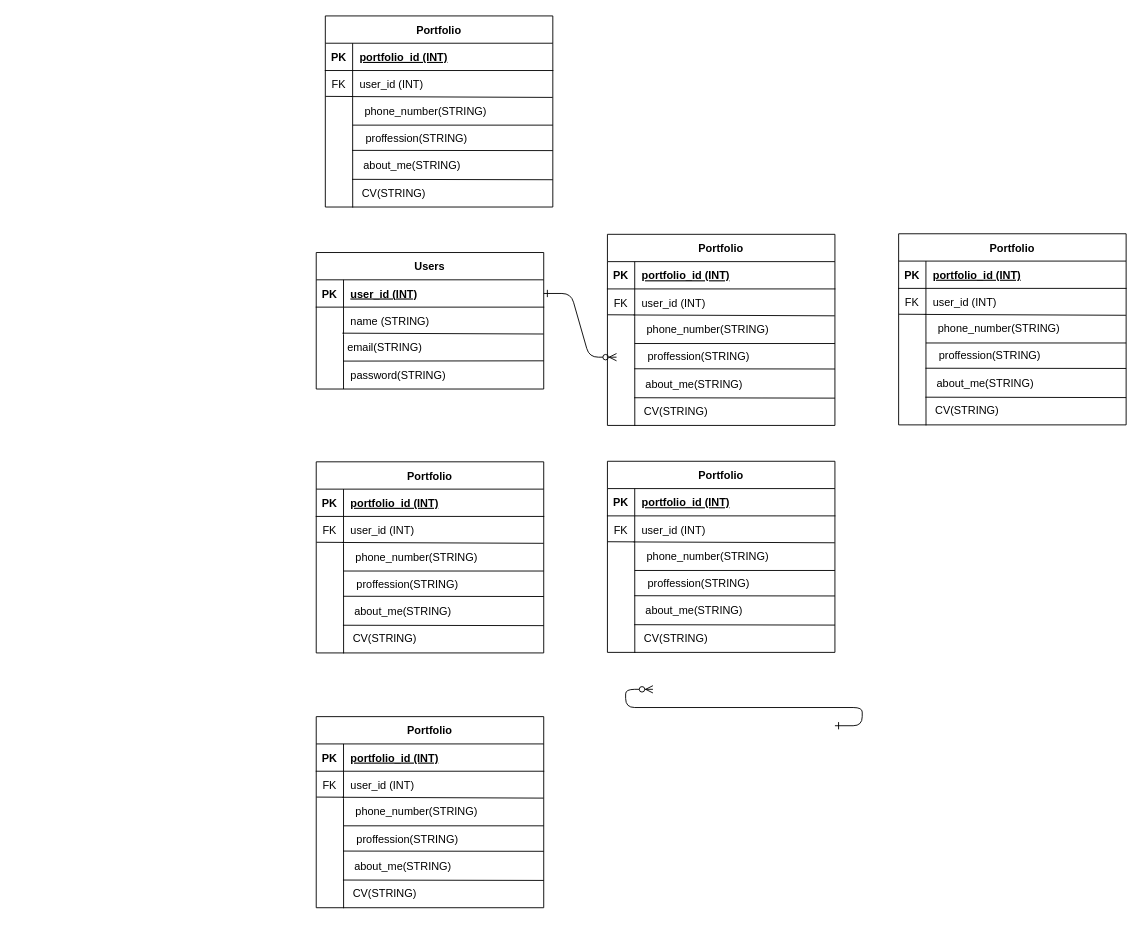
Badigribz/alumniapp keeps this draw.io diagram as Entity Relationship diagram.drawio. Above is the earlier version. Source tidied: cells renumbered, new cells numbered last; positions are measured from the earlier drawing's top-left corner, leaving out a move shared by most shapes. Both pictures are drawn from the tidied source at 91%, with x=0, y=0 at pixel (316, 15).
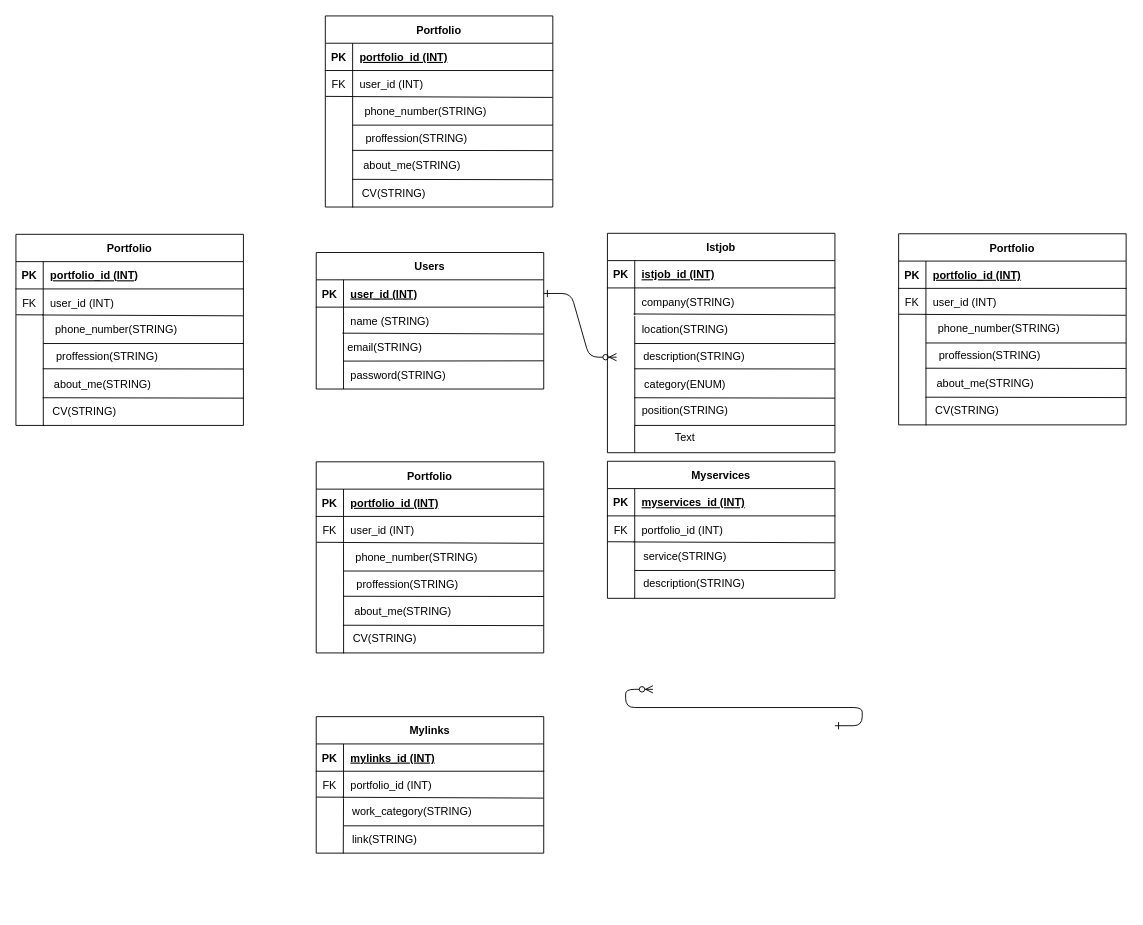
Above is the later version.

Commit message:
Entity Relationship diagram UPDATE.drawio

The change refers to these unchanged cells:
```xml
<mxCell id="34" style="shape=partialRectangle;fillColor=none;top=0;left=0;right=0;bottom=1;" parent="33" vertex="1">
  <mxGeometry y="30" width="250" height="30" as="geometry" />
</mxCell>
<mxCell id="37" style="shape=partialRectangle;fillColor=none;points=[[0,0.5],[1,0.5]];portConstraint=eastwest;top=0;left=0;right=0;bottom=0;" parent="33" vertex="1">
  <mxGeometry y="60" width="250" height="30" as="geometry" />
</mxCell>
<mxCell id="51" style="shape=partialRectangle;fillColor=none;top=0;left=0;right=0;bottom=1;" parent="50" vertex="1">
  <mxGeometry y="30" width="250" height="30" as="geometry" />
</mxCell>
<mxCell id="54" style="shape=partialRectangle;fillColor=none;points=[[0,0.5],[1,0.5]];portConstraint=eastwest;top=0;left=0;right=0;bottom=0;" parent="50" vertex="1">
  <mxGeometry y="60" width="250" height="30" as="geometry" />
</mxCell>
<mxCell id="85" style="shape=partialRectangle;fillColor=none;top=0;left=0;right=0;bottom=1;" parent="84" vertex="1">
  <mxGeometry y="30" width="250" height="30" as="geometry" />
</mxCell>
<mxCell id="88" style="shape=partialRectangle;fillColor=none;points=[[0,0.5],[1,0.5]];portConstraint=eastwest;top=0;left=0;right=0;bottom=0;" parent="84" vertex="1">
  <mxGeometry y="60" width="250" height="30" as="geometry" />
</mxCell>
```

Diff of the diagram source:
```diff
@@
-    <mxCell id="33" value="Portfolio" style="shape=table;startSize=30;childLayout=tableLayout;rowLines=0;fontStyle=1;align=center;" parent="1" vertex="1">
-      <mxGeometry y="770" width="250" height="210" as="geometry" />
+    <mxCell id="33" value="Mylinks" style="shape=table;startSize=30;childLayout=tableLayout;rowLines=0;fontStyle=1;align=center;" parent="1" vertex="1">
+      <mxGeometry y="770" width="250" height="150" as="geometry" />
     </mxCell>
@@
-    <mxCell id="36" value="portfolio_id (INT)" style="shape=partialRectangle;overflow=hidden;fillColor=none;top=0;left=0;bottom=0;right=0;align=left;spacingLeft=6;fontStyle=5;" parent="34" vertex="1">
+    <mxCell id="36" value="mylinks_id (INT)" style="shape=partialRectangle;overflow=hidden;fillColor=none;top=0;left=0;bottom=0;right=0;align=left;spacingLeft=6;fontStyle=5;" parent="34" vertex="1">
       <mxGeometry x="30" width="220" height="30" as="geometry" />
     </mxCell>
@@
-    <mxCell id="39" value="user_id (INT)" style="shape=partialRectangle;overflow=hidden;fillColor=none;top=0;left=0;bottom=0;right=0;align=left;spacingLeft=6;" parent="37" vertex="1">
+    <mxCell id="39" value="portfolio_id (INT)" style="shape=partialRectangle;overflow=hidden;fillColor=none;top=0;left=0;bottom=0;right=0;align=left;spacingLeft=6;" parent="37" vertex="1">
       <mxGeometry x="30" width="220" height="30" as="geometry" />
     </mxCell>
@@
-    <mxCell id="42" style="endArrow=none;html=1;rounded=0;exitX=0.001;exitY=1.019;exitDx=0;exitDy=0;exitPerimeter=0;" parent="1" edge="1" source="47">
+    <mxCell id="42" style="endArrow=none;html=1;rounded=0;exitX=-0.003;exitY=1.016;exitDx=0;exitDy=0;exitPerimeter=0;" parent="1" edge="1" source="45">
       <mxGeometry relative="1" as="geometry">
         <mxPoint x="30" y="860" as="targetPoint" />
       </mxGeometry>
     </mxCell>
@@
-    <mxCell id="44" value="phone_number(STRING)" style="text;html=1;align=center;verticalAlign=middle;strokeColor=none;fillColor=none;" parent="1" vertex="1">
-      <mxGeometry x="30" y="860" width="160" height="30" as="geometry" />
+    <mxCell id="44" value="work_category(STRING)" style="text;html=1;align=center;verticalAlign=middle;strokeColor=none;fillColor=none;" parent="1" vertex="1">
+      <mxGeometry x="30" y="860" width="150" height="30" as="geometry" />
     </mxCell>
-    <mxCell id="45" value="proffession(STRING)" style="text;html=1;align=center;verticalAlign=middle;points=[];strokeColor=none;fillColor=none;" parent="1" vertex="1">
-      <mxGeometry x="30" y="890" width="140" height="30" as="geometry" />
+    <mxCell id="45" value="link(STRING)" style="text;html=1;align=center;verticalAlign=middle;points=[];strokeColor=none;fillColor=none;" parent="1" vertex="1">
+      <mxGeometry x="30" y="890" width="90" height="30" as="geometry" />
     </mxCell>
-    <mxCell id="46" value="about_me(STRING)" style="text;html=1;align=center;verticalAlign=middle;points=[];strokeColor=none;fillColor=none;" parent="1" vertex="1">
-      <mxGeometry x="30" y="920" width="130" height="30" as="geometry" />
-    </mxCell>
-    <mxCell id="47" value="CV(STRING)" style="text;html=1;align=center;verticalAlign=middle;points=[];strokeColor=none;fillColor=none;" parent="1" vertex="1">
-      <mxGeometry x="30" y="950" width="90" height="30" as="geometry" />
-    </mxCell>
-    <mxCell id="48" style="endArrow=none;html=1;rounded=0;exitX=-0.004;exitY=-0.075;exitDx=0;exitDy=0;exitPerimeter=0;" parent="1" edge="1" source="46">
-      <mxGeometry relative="1" as="geometry">
-        <mxPoint x="250" y="918" as="targetPoint" />
-      </mxGeometry>
-    </mxCell>
-    <mxCell id="49" style="endArrow=none;html=1;rounded=0;exitX=-0.007;exitY=-0.014;exitDx=0;exitDy=0;exitPerimeter=0;" parent="1" edge="1" source="47">
-      <mxGeometry relative="1" as="geometry">
-        <mxPoint x="250" y="950" as="targetPoint" />
-      </mxGeometry>
-    </mxCell>
-    <mxCell id="50" value="Portfolio" style="shape=table;startSize=30;childLayout=tableLayout;rowLines=0;fontStyle=1;align=center;" parent="1" vertex="1">
-      <mxGeometry x="320" y="489.4" width="250" height="210" as="geometry" />
+    <mxCell id="50" value="Myservices" style="shape=table;startSize=30;childLayout=tableLayout;rowLines=0;fontStyle=1;align=center;" parent="1" vertex="1">
+      <mxGeometry x="320" y="489.4" width="250" height="150.6" as="geometry" />
     </mxCell>
@@
-    <mxCell id="53" value="portfolio_id (INT)" style="shape=partialRectangle;overflow=hidden;fillColor=none;top=0;left=0;bottom=0;right=0;align=left;spacingLeft=6;fontStyle=5;" parent="51" vertex="1">
+    <mxCell id="53" value="myservices_id (INT)" style="shape=partialRectangle;overflow=hidden;fillColor=none;top=0;left=0;bottom=0;right=0;align=left;spacingLeft=6;fontStyle=5;" parent="51" vertex="1">
       <mxGeometry x="30" width="220" height="30" as="geometry" />
     </mxCell>
@@
-    <mxCell id="56" value="user_id (INT)" style="shape=partialRectangle;overflow=hidden;fillColor=none;top=0;left=0;bottom=0;right=0;align=left;spacingLeft=6;" parent="54" vertex="1">
+    <mxCell id="56" value="portfolio_id (INT)" style="shape=partialRectangle;overflow=hidden;fillColor=none;top=0;left=0;bottom=0;right=0;align=left;spacingLeft=6;" parent="54" vertex="1">
       <mxGeometry x="30" width="220" height="30" as="geometry" />
     </mxCell>
@@
-    <mxCell id="59" style="endArrow=none;html=1;rounded=0;exitX=0.001;exitY=1.019;exitDx=0;exitDy=0;exitPerimeter=0;" parent="1" edge="1" source="64">
+    <mxCell id="59" style="endArrow=none;html=1;rounded=0;" parent="1" edge="1">
       <mxGeometry relative="1" as="geometry">
+        <mxPoint x="350" y="640" as="sourcePoint" />
         <mxPoint x="350" y="579.4" as="targetPoint" />
       </mxGeometry>
     </mxCell>
@@
-    <mxCell id="61" value="phone_number(STRING)" style="text;html=1;align=center;verticalAlign=middle;strokeColor=none;fillColor=none;" parent="1" vertex="1">
-      <mxGeometry x="350" y="579.4" width="160" height="30" as="geometry" />
+    <mxCell id="61" value="service(STRING)" style="text;html=1;align=center;verticalAlign=middle;strokeColor=none;fillColor=none;" parent="1" vertex="1">
+      <mxGeometry x="350" y="579.4" width="110" height="30" as="geometry" />
     </mxCell>
-    <mxCell id="62" value="proffession(STRING)" style="text;html=1;align=center;verticalAlign=middle;strokeColor=none;fillColor=none;" parent="1" vertex="1">
-      <mxGeometry x="350" y="609.4" width="140" height="30" as="geometry" />
+    <mxCell id="62" value="description(STRING)" style="text;html=1;align=center;verticalAlign=middle;strokeColor=none;fillColor=none;" parent="1" vertex="1">
+      <mxGeometry x="350" y="609.4" width="130" height="30" as="geometry" />
     </mxCell>
-    <mxCell id="63" value="about_me(STRING)" style="text;html=1;align=center;verticalAlign=middle;points=[];strokeColor=none;fillColor=none;" parent="1" vertex="1">
-      <mxGeometry x="350" y="639.4" width="130" height="30" as="geometry" />
-    </mxCell>
-    <mxCell id="64" value="CV(STRING)" style="text;html=1;align=center;verticalAlign=middle;points=[];strokeColor=none;fillColor=none;" parent="1" vertex="1">
-      <mxGeometry x="350" y="669.4" width="90" height="30" as="geometry" />
-    </mxCell>
-    <mxCell id="65" style="endArrow=none;html=1;rounded=0;exitX=-0.004;exitY=-0.075;exitDx=0;exitDy=0;exitPerimeter=0;" parent="1" edge="1" source="63">
-      <mxGeometry relative="1" as="geometry">
-        <mxPoint x="570" y="637.4" as="targetPoint" />
-      </mxGeometry>
-    </mxCell>
-    <mxCell id="66" style="endArrow=none;html=1;rounded=0;exitX=-0.007;exitY=-0.014;exitDx=0;exitDy=0;exitPerimeter=0;" parent="1" edge="1" source="64">
-      <mxGeometry relative="1" as="geometry">
-        <mxPoint x="570" y="669.4" as="targetPoint" />
-      </mxGeometry>
-    </mxCell>
@@
-    <mxCell id="84" value="Portfolio" style="shape=table;startSize=30;childLayout=tableLayout;rowLines=0;fontStyle=1;align=center;" parent="1" vertex="1">
-      <mxGeometry x="320" y="240" width="250" height="210" as="geometry" />
+    <mxCell id="84" value="Istjob" style="shape=table;startSize=30;childLayout=tableLayout;rowLines=0;fontStyle=1;align=center;" parent="1" vertex="1">
+      <mxGeometry x="320" y="238.9" width="250" height="241.1" as="geometry" />
     </mxCell>
@@
-    <mxCell id="87" value="portfolio_id (INT)" style="shape=partialRectangle;overflow=hidden;fillColor=none;top=0;left=0;bottom=0;right=0;align=left;spacingLeft=6;fontStyle=5;" parent="85" vertex="1">
+    <mxCell id="87" value="istjob_id (INT)" style="shape=partialRectangle;overflow=hidden;fillColor=none;top=0;left=0;bottom=0;right=0;align=left;spacingLeft=6;fontStyle=5;" parent="85" vertex="1">
       <mxGeometry x="30" width="220" height="30" as="geometry" />
     </mxCell>
@@
-    <mxCell id="89" value="FK" style="shape=partialRectangle;overflow=hidden;fillColor=none;top=0;left=0;bottom=0;right=0;" parent="88" vertex="1">
+    <mxCell id="89" style="shape=partialRectangle;overflow=hidden;fillColor=none;top=0;left=0;bottom=0;right=0;" parent="88" vertex="1">
       <mxGeometry width="30" height="30" as="geometry" />
     </mxCell>
-    <mxCell id="90" value="user_id (INT)" style="shape=partialRectangle;overflow=hidden;fillColor=none;top=0;left=0;bottom=0;right=0;align=left;spacingLeft=6;" parent="88" vertex="1">
+    <mxCell id="90" value="company(STRING)" style="shape=partialRectangle;overflow=hidden;fillColor=none;top=0;left=0;bottom=0;right=0;align=left;spacingLeft=6;" parent="88" vertex="1">
       <mxGeometry x="30" width="220" height="30" as="geometry" />
     </mxCell>
@@
-    <mxCell id="92" style="endArrow=none;html=1;rounded=0;entryX=0.119;entryY=0.952;entryDx=0;entryDy=0;entryPerimeter=0;exitX=0.001;exitY=0.947;exitDx=0;exitDy=0;exitPerimeter=0;" parent="84" edge="1" source="88" target="88">
-      <mxGeometry relative="1" as="geometry" />
-    </mxCell>
-    <mxCell id="93" style="endArrow=none;html=1;rounded=0;exitX=0.001;exitY=1.019;exitDx=0;exitDy=0;exitPerimeter=0;" parent="1" edge="1" source="98">
+    <mxCell id="93" style="endArrow=none;html=1;rounded=0;exitX=0.001;exitY=1.019;exitDx=0;exitDy=0;exitPerimeter=0;" parent="1" edge="1">
       <mxGeometry relative="1" as="geometry">
+        <mxPoint x="350.1" y="450.6" as="sourcePoint" />
         <mxPoint x="350" y="330" as="targetPoint" />
       </mxGeometry>
     </mxCell>
@@
-    <mxCell id="95" value="phone_number(STRING)" style="text;html=1;align=center;verticalAlign=middle;strokeColor=none;fillColor=none;" parent="1" vertex="1">
-      <mxGeometry x="350" y="330" width="160" height="30" as="geometry" />
+    <mxCell id="95" value="location(STRING)" style="text;html=1;align=center;verticalAlign=middle;strokeColor=none;fillColor=none;" parent="1" vertex="1">
+      <mxGeometry x="345" y="329.7" width="120" height="30" as="geometry" />
     </mxCell>
-    <mxCell id="96" value="proffession(STRING)" style="text;html=1;align=center;verticalAlign=middle;strokeColor=none;fillColor=none;" parent="1" vertex="1">
-      <mxGeometry x="350" y="360" width="140" height="30" as="geometry" />
+    <mxCell id="96" value="description(STRING)" style="text;html=1;align=center;verticalAlign=middle;strokeColor=none;fillColor=none;" parent="1" vertex="1">
+      <mxGeometry x="350" y="359.7" width="130" height="30" as="geometry" />
     </mxCell>
-    <mxCell id="97" value="about_me(STRING)" style="text;html=1;align=center;verticalAlign=middle;points=[];strokeColor=none;fillColor=none;" parent="1" vertex="1">
-      <mxGeometry x="350" y="390" width="130" height="30" as="geometry" />
+    <mxCell id="97" value="category(ENUM)" style="text;html=1;align=center;verticalAlign=middle;points=[];strokeColor=none;fillColor=none;" parent="1" vertex="1">
+      <mxGeometry x="350" y="390" width="110" height="30" as="geometry" />
     </mxCell>
-    <mxCell id="98" value="CV(STRING)" style="text;html=1;align=center;verticalAlign=middle;points=[];strokeColor=none;fillColor=none;" parent="1" vertex="1">
-      <mxGeometry x="350" y="420" width="90" height="30" as="geometry" />
-    </mxCell>
@@
-    <mxCell id="100" style="endArrow=none;html=1;rounded=0;exitX=-0.007;exitY=-0.014;exitDx=0;exitDy=0;exitPerimeter=0;" parent="1" edge="1" source="98">
+    <mxCell id="100" style="endArrow=none;html=1;rounded=0;exitX=-0.007;exitY=-0.014;exitDx=0;exitDy=0;exitPerimeter=0;" parent="1" edge="1">
       <mxGeometry relative="1" as="geometry">
+        <mxPoint x="349.4" y="419.6" as="sourcePoint" />
         <mxPoint x="570" y="420" as="targetPoint" />
       </mxGeometry>
     </mxCell>
@@
+    <mxCell id="118" value="Portfolio" style="shape=table;startSize=30;childLayout=tableLayout;rowLines=0;fontStyle=1;align=center;" parent="1" vertex="1">
+      <mxGeometry x="-330" y="240" width="250" height="210" as="geometry" />
+    </mxCell>
+    <mxCell id="119" style="shape=partialRectangle;fillColor=none;top=0;left=0;right=0;bottom=1;" parent="118" vertex="1">
+      <mxGeometry y="30" width="250" height="30" as="geometry" />
+    </mxCell>
+    <mxCell id="120" value="PK" style="shape=partialRectangle;overflow=hidden;fillColor=none;top=0;left=0;bottom=0;right=0;fontStyle=1;" parent="119" vertex="1">
+      <mxGeometry width="30" height="30" as="geometry" />
+    </mxCell>
+    <mxCell id="121" value="portfolio_id (INT)" style="shape=partialRectangle;overflow=hidden;fillColor=none;top=0;left=0;bottom=0;right=0;align=left;spacingLeft=6;fontStyle=5;" parent="119" vertex="1">
+      <mxGeometry x="30" width="220" height="30" as="geometry" />
+    </mxCell>
+    <mxCell id="122" style="shape=partialRectangle;fillColor=none;points=[[0,0.5],[1,0.5]];portConstraint=eastwest;top=0;left=0;right=0;bottom=0;" parent="118" vertex="1">
+      <mxGeometry y="60" width="250" height="30" as="geometry" />
+    </mxCell>
+    <mxCell id="123" value="FK" style="shape=partialRectangle;overflow=hidden;fillColor=none;top=0;left=0;bottom=0;right=0;" parent="122" vertex="1">
+      <mxGeometry width="30" height="30" as="geometry" />
+    </mxCell>
+    <mxCell id="124" value="user_id (INT)" style="shape=partialRectangle;overflow=hidden;fillColor=none;top=0;left=0;bottom=0;right=0;align=left;spacingLeft=6;" parent="122" vertex="1">
+      <mxGeometry x="30" width="220" height="30" as="geometry" />
+    </mxCell>
+    <mxCell id="125" style="endArrow=none;html=1;rounded=0;exitX=0.115;exitY=0.954;exitDx=0;exitDy=0;exitPerimeter=0;entryX=0.999;entryY=0.985;entryDx=0;entryDy=0;entryPerimeter=0;" parent="118" edge="1" source="122" target="122">
+      <mxGeometry relative="1" as="geometry" />
+    </mxCell>
+    <mxCell id="126" style="endArrow=none;html=1;rounded=0;entryX=0.119;entryY=0.952;entryDx=0;entryDy=0;entryPerimeter=0;exitX=0.001;exitY=0.947;exitDx=0;exitDy=0;exitPerimeter=0;" parent="118" edge="1" source="122" target="122">
+      <mxGeometry relative="1" as="geometry" />
+    </mxCell>
+    <mxCell id="127" style="endArrow=none;html=1;rounded=0;exitX=0.001;exitY=1.019;exitDx=0;exitDy=0;exitPerimeter=0;" parent="1" edge="1" source="132">
+      <mxGeometry relative="1" as="geometry">
+        <mxPoint x="-300" y="330" as="targetPoint" />
+      </mxGeometry>
+    </mxCell>
+    <mxCell id="128" style="endArrow=none;html=1;rounded=0;" parent="1" edge="1">
+      <mxGeometry relative="1" as="geometry">
+        <mxPoint x="-300" y="360" as="sourcePoint" />
+        <mxPoint x="-80" y="360" as="targetPoint" />
+      </mxGeometry>
+    </mxCell>
+    <mxCell id="129" value="phone_number(STRING)" style="text;html=1;align=center;verticalAlign=middle;strokeColor=none;fillColor=none;" parent="1" vertex="1">
+      <mxGeometry x="-300" y="330" width="160" height="30" as="geometry" />
+    </mxCell>
+    <mxCell id="130" value="proffession(STRING)" style="text;html=1;align=center;verticalAlign=middle;strokeColor=none;fillColor=none;" parent="1" vertex="1">
+      <mxGeometry x="-300" y="360" width="140" height="30" as="geometry" />
+    </mxCell>
+    <mxCell id="131" value="about_me(STRING)" style="text;html=1;align=center;verticalAlign=middle;points=[];strokeColor=none;fillColor=none;" parent="1" vertex="1">
+      <mxGeometry x="-300" y="390" width="130" height="30" as="geometry" />
+    </mxCell>
+    <mxCell id="132" value="CV(STRING)" style="text;html=1;align=center;verticalAlign=middle;points=[];strokeColor=none;fillColor=none;" parent="1" vertex="1">
+      <mxGeometry x="-300" y="420" width="90" height="30" as="geometry" />
+    </mxCell>
+    <mxCell id="133" style="endArrow=none;html=1;rounded=0;exitX=-0.004;exitY=-0.075;exitDx=0;exitDy=0;exitPerimeter=0;" parent="1" edge="1" source="131">
+      <mxGeometry relative="1" as="geometry">
+        <mxPoint x="-80" y="388" as="targetPoint" />
+      </mxGeometry>
+    </mxCell>
+    <mxCell id="134" style="endArrow=none;html=1;rounded=0;exitX=-0.007;exitY=-0.014;exitDx=0;exitDy=0;exitPerimeter=0;" parent="1" edge="1" source="132">
+      <mxGeometry relative="1" as="geometry">
+        <mxPoint x="-80" y="420" as="targetPoint" />
+      </mxGeometry>
+    </mxCell>
+    <mxCell id="135" value="position(STRING)" style="text;html=1;align=center;verticalAlign=middle;points=[];strokeColor=none;fillColor=none;" parent="1" vertex="1">
+      <mxGeometry x="345" y="419.4" width="120" height="30" as="geometry" />
+    </mxCell>
+    <mxCell id="136" style="endArrow=none;html=1;rounded=0;entryX=0.041;entryY=1.032;entryDx=0;entryDy=0;entryPerimeter=0;" parent="1" edge="1" target="135">
+      <mxGeometry relative="1" as="geometry">
+        <mxPoint x="350" y="480" as="sourcePoint" />
+      </mxGeometry>
+    </mxCell>
+    <mxCell id="137" style="endArrow=none;html=1;rounded=0;" parent="1" edge="1">
+      <mxGeometry relative="1" as="geometry">
+        <mxPoint x="350" y="450" as="sourcePoint" />
+        <mxPoint x="570" y="450" as="targetPoint" />
+      </mxGeometry>
+    </mxCell>
+    <mxCell id="138" value="Text" style="text;html=1;align=center;verticalAlign=middle;strokeColor=none;fillColor=none;" parent="1" vertex="1">
+      <mxGeometry x="380" y="449.4" width="50" height="30" as="geometry" />
+    </mxCell>
```
